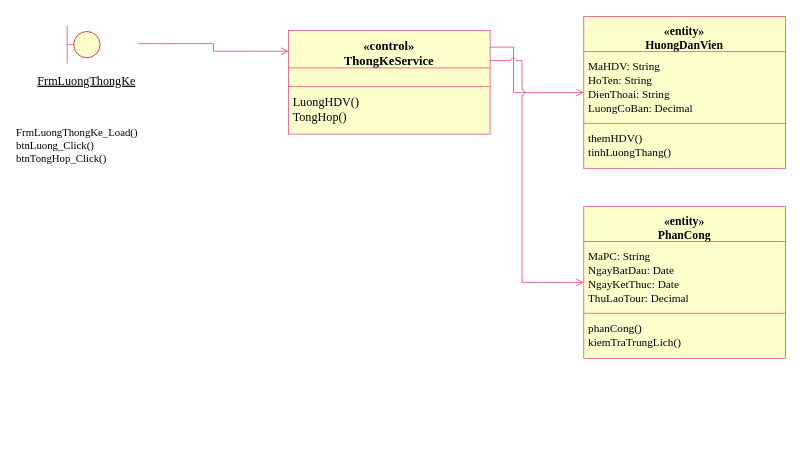
Before: IMAGES/LAB5/16_ChucNangLuongThongKe.drawio in kanishere55/LAB_AT_OOSD, a draw.io diagram. Source tidied: cells renumbered, new cells numbered last; positions are measured from the earlier drawing's top-left corner, leaving out a move shared by most shapes. Both pictures are drawn from the tidied source at 100%, with x=0, y=0 at pixel (16, 16).
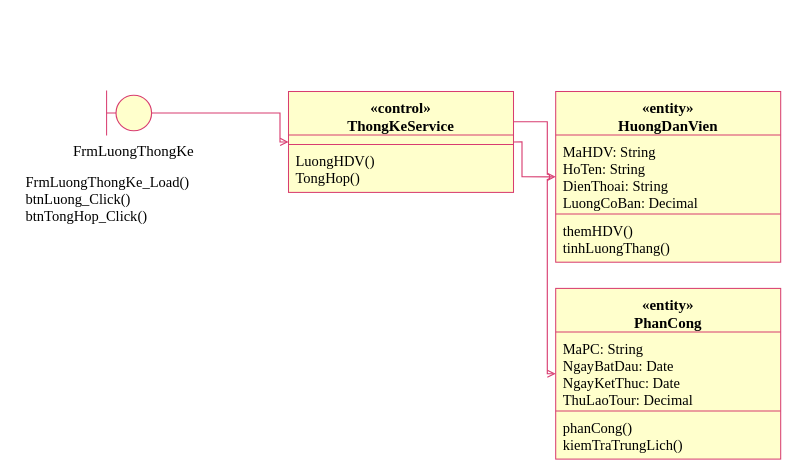
The same diagram, later.

Diff of the diagram source:
```diff
@@
-<mxGraphModel background="#ffffff">
+<mxGraphModel background="#FFFFFF">
@@
+    <mxCell id="15" style="group;" parent="1" vertex="1">
+      <mxGeometry x="539.2" y="75" width="225" height="170.7" as="geometry" />
+    </mxCell>
+    <mxCell id="31" style="fillColor=#FFFFCC;strokeColor=#D83D70;strokeWidth=1.0314;rounded=0;" parent="15" vertex="1">
+      <mxGeometry width="225" height="170.7" as="geometry" />
+    </mxCell>
+    <mxCell id="17" value="«entity»&#10;HuongDanVien" style="text;html=0;strokeColor=none;fillColor=none;fontFamily=Times New Roman;fontSize=15.0024;fontStyle=1;fontColor=#000000;align=center;verticalAlign=top;spacing=0;whiteSpace=nowrap;overflow=visible;" parent="15" vertex="1">
+      <mxGeometry x="60.5" y="2.8" width="104.1" height="39.8" as="geometry" />
+    </mxCell>
+    <mxCell id="32" style="edgeStyle=none;noEdgeStyle=1;rounded=0;strokeColor=#D83D70;strokeWidth=1.0314;endArrow=none;startArrow=none;" parent="15" edge="1">
+      <mxGeometry relative="1" as="geometry">
+        <mxPoint y="43.5" as="sourcePoint" />
+        <mxPoint x="225" y="43.5" as="targetPoint" />
+      </mxGeometry>
+    </mxCell>
+    <mxCell id="19" value="MaHDV: String&#10;HoTen: String&#10;DienThoai: String&#10;LuongCoBan: Decimal" style="text;html=0;strokeColor=none;fillColor=none;fontFamily=Times New Roman;fontSize=14.5335;fontStyle=0;fontColor=#000000;align=left;verticalAlign=top;spacing=0;whiteSpace=nowrap;overflow=visible;" parent="15" vertex="1">
+      <mxGeometry x="7.5" y="47.3" width="139.2" height="73.5" as="geometry" />
+    </mxCell>
+    <mxCell id="33" style="edgeStyle=none;noEdgeStyle=1;rounded=0;strokeColor=#D83D70;strokeWidth=1.0314;endArrow=none;startArrow=none;" parent="15" edge="1">
+      <mxGeometry relative="1" as="geometry">
+        <mxPoint y="122.6" as="sourcePoint" />
+        <mxPoint x="225" y="122.6" as="targetPoint" />
+      </mxGeometry>
+    </mxCell>
+    <mxCell id="21" value="themHDV()&#10;tinhLuongThang()" style="text;html=0;strokeColor=none;fillColor=none;fontFamily=Times New Roman;fontSize=14.5335;fontStyle=0;fontColor=#000000;align=left;verticalAlign=top;spacing=0;whiteSpace=nowrap;overflow=visible;" parent="15" vertex="1">
+      <mxGeometry x="7.5" y="126.4" width="111.3" height="38.6" as="geometry" />
+    </mxCell>
+    <mxCell id="23" style="group;" parent="1" vertex="1">
+      <mxGeometry x="539.2" y="271.9" width="225" height="170.7" as="geometry" />
+    </mxCell>
+    <mxCell id="34" style="fillColor=#FFFFCC;strokeColor=#D83D70;strokeWidth=1.0314;rounded=0;" parent="23" vertex="1">
+      <mxGeometry width="225" height="170.7" as="geometry" />
+    </mxCell>
+    <mxCell id="25" value="«entity»&#10;PhanCong" style="text;html=0;strokeColor=none;fillColor=none;fontFamily=Times New Roman;fontSize=15.0024;fontStyle=1;fontColor=#000000;align=center;verticalAlign=top;spacing=0;whiteSpace=nowrap;overflow=visible;" parent="23" vertex="1">
+      <mxGeometry x="76.8" y="2.8" width="71.5" height="39.8" as="geometry" />
+    </mxCell>
+    <mxCell id="35" style="edgeStyle=none;noEdgeStyle=1;rounded=0;strokeColor=#D83D70;strokeWidth=1.0314;endArrow=none;startArrow=none;" parent="23" edge="1">
+      <mxGeometry relative="1" as="geometry">
+        <mxPoint y="43.5" as="sourcePoint" />
+        <mxPoint x="225" y="43.5" as="targetPoint" />
+      </mxGeometry>
+    </mxCell>
+    <mxCell id="27" value="MaPC: String&#10;NgayBatDau: Date&#10;NgayKetThuc: Date&#10;ThuLaoTour: Decimal" style="text;html=0;strokeColor=none;fillColor=none;fontFamily=Times New Roman;fontSize=14.5335;fontStyle=0;fontColor=#000000;align=left;verticalAlign=top;spacing=0;whiteSpace=nowrap;overflow=visible;" parent="23" vertex="1">
+      <mxGeometry x="7.5" y="47.3" width="135.5" height="73.5" as="geometry" />
+    </mxCell>
+    <mxCell id="36" style="edgeStyle=none;noEdgeStyle=1;rounded=0;strokeColor=#D83D70;strokeWidth=1.0314;endArrow=none;startArrow=none;" parent="23" edge="1">
+      <mxGeometry relative="1" as="geometry">
+        <mxPoint y="122.6" as="sourcePoint" />
+        <mxPoint x="225" y="122.6" as="targetPoint" />
+      </mxGeometry>
+    </mxCell>
+    <mxCell id="29" value="phanCong()&#10;kiemTraTrungLich()" style="text;html=0;strokeColor=none;fillColor=none;fontFamily=Times New Roman;fontSize=14.5335;fontStyle=0;fontColor=#000000;align=left;verticalAlign=top;spacing=0;whiteSpace=nowrap;overflow=visible;" parent="23" vertex="1">
+      <mxGeometry x="7.5" y="126.4" width="125.4" height="38.6" as="geometry" />
+    </mxCell>
+    <mxCell id="8" style="group;" parent="1" vertex="1">
+      <mxGeometry x="272" y="75" width="225" height="100.9" as="geometry" />
+    </mxCell>
+    <mxCell id="37" style="fillColor=#FFFFCC;strokeColor=#D83D70;strokeWidth=1.0314;rounded=0;" parent="8" vertex="1">
+      <mxGeometry width="225" height="100.9" as="geometry" />
+    </mxCell>
+    <mxCell id="10" value="«control»&#10;ThongKeService" style="text;html=0;strokeColor=none;fillColor=none;fontFamily=Times New Roman;fontSize=15.0024;fontStyle=1;fontColor=#000000;align=center;verticalAlign=top;spacing=0;whiteSpace=nowrap;overflow=visible;" parent="8" vertex="1">
+      <mxGeometry x="57.3" y="2.8" width="110.4" height="39.8" as="geometry" />
+    </mxCell>
+    <mxCell id="38" style="edgeStyle=none;noEdgeStyle=1;rounded=0;strokeColor=#D83D70;strokeWidth=1.0314;endArrow=none;startArrow=none;" parent="8" edge="1">
+      <mxGeometry relative="1" as="geometry">
+        <mxPoint y="43.5" as="sourcePoint" />
+        <mxPoint x="225" y="43.5" as="targetPoint" />
+      </mxGeometry>
+    </mxCell>
+    <mxCell id="39" style="edgeStyle=none;noEdgeStyle=1;rounded=0;strokeColor=#D83D70;strokeWidth=1.0314;endArrow=none;startArrow=none;" parent="8" edge="1">
+      <mxGeometry relative="1" as="geometry">
+        <mxPoint y="52.9" as="sourcePoint" />
+        <mxPoint x="225" y="52.9" as="targetPoint" />
+      </mxGeometry>
+    </mxCell>
+    <mxCell id="13" value="LuongHDV()&#10;TongHop()" style="text;html=0;strokeColor=none;fillColor=none;fontFamily=Times New Roman;fontSize=14.5335;fontStyle=0;fontColor=#000000;align=left;verticalAlign=top;spacing=0;whiteSpace=nowrap;overflow=visible;" parent="8" vertex="1">
+      <mxGeometry x="7.5" y="56.6" width="83.2" height="38.6" as="geometry" />
+    </mxCell>
-    <mxCell id="2" style="group;html=0;" parent="1" vertex="1">
-      <mxGeometry x="18.8" y="13.1" width="103.1" height="70.3" as="geometry" />
+    <mxCell id="2" style="group;" parent="1" vertex="1">
+      <mxGeometry x="99.5" y="78.7" width="35.6" height="35.6" as="geometry" />
     </mxCell>
-    <mxCell id="3" style="shape=ellipse;fillColor=#ffffcc;strokeColor=#d83d70;" parent="2" vertex="1">
-      <mxGeometry x="38.4" y="1.9" width="26.3" height="26.3" as="geometry" />
-    </mxCell>
-    <mxCell id="4" style="edgeStyle=none;noEdgeStyle=1;rounded=0;strokeColor=#d83d70;strokeWidth=0.703;endArrow=none;startArrow=none;" parent="2" edge="1">
-      <mxGeometry relative="1" as="geometry">
-        <mxPoint x="31.9" y="-3.8" as="sourcePoint" />
-        <mxPoint x="31.9" y="33.8" as="targetPoint" />
-      </mxGeometry>
-    </mxCell>
-    <mxCell id="5" style="edgeStyle=none;noEdgeStyle=1;rounded=0;strokeColor=#d83d70;strokeWidth=0.703;endArrow=none;startArrow=none;" parent="2" edge="1">
-      <mxGeometry relative="1" as="geometry">
-        <mxPoint x="31.9" y="15" as="sourcePoint" />
-        <mxPoint x="38.4" y="15" as="targetPoint" />
-      </mxGeometry>
-    </mxCell>
+    <mxCell id="40" style="ellipse;fillColor=#FFFFCC;strokeColor=#D83D70;strokeWidth=1.1252;" parent="2" vertex="1">
+      <mxGeometry width="35.6" height="35.6" as="geometry" />
+    </mxCell>
+    <mxCell id="41" style="edgeStyle=none;noEdgeStyle=1;rounded=0;strokeColor=#D83D70;strokeWidth=1.0314;endArrow=none;startArrow=none;" parent="2" edge="1">
+      <mxGeometry relative="1" as="geometry">
+        <mxPoint x="-9.4" y="-4.7" as="sourcePoint" />
+        <mxPoint x="-9.4" y="40.3" as="targetPoint" />
+      </mxGeometry>
+    </mxCell>
+    <mxCell id="42" style="edgeStyle=none;noEdgeStyle=1;rounded=0;strokeColor=#D83D70;strokeWidth=1.0314;endArrow=none;startArrow=none;" parent="2" edge="1">
+      <mxGeometry relative="1" as="geometry">
+        <mxPoint x="-9.4" y="17.8" as="sourcePoint" />
+        <mxPoint y="17.8" as="targetPoint" />
+      </mxGeometry>
+    </mxCell>
-    <mxCell id="6" value="FrmLuongThongKe" style="text;html=0;strokeColor=none;fillColor=none;fontFamily=Times New Roman;fontColor=#000000;fontSize=12.189;fontStyle=4;align=center;verticalAlign=top;spacing=0;whiteSpace=nowrap;overflow=visible;" parent="2" vertex="1">
-      <mxGeometry x="1" y="39.4" width="101.1" height="16.7" as="geometry" />
+    <mxCell id="6" value="FrmLuongThongKe" style="text;html=0;strokeColor=none;fillColor=none;fontFamily=Times New Roman;fontSize=15.0024;fontStyle=0;fontColor=#000000;align=center;verticalAlign=top;spacing=0;whiteSpace=nowrap;overflow=visible;" parent="2" vertex="1">
+      <mxGeometry x="-44.4" y="42.2" width="124.5" height="21.8" as="geometry" />
     </mxCell>
-    <mxCell id="7" value="FrmLuongThongKe_Load()&#10;btnLuong_Click()&#10;btnTongHop_Click()" style="text;html=0;strokeColor=none;fillColor=none;fontFamily=Times New Roman;fontColor=#000000;fontSize=10.783;fontStyle=0;align=left;verticalAlign=top;spacing=0;whiteSpace=nowrap;overflow=visible;" parent="1" vertex="1">
-      <mxGeometry x="0.1" y="105.4" width="124.5" height="40.5" as="geometry" />
+    <mxCell id="7" value="FrmLuongThongKe_Load()&#10;btnLuong_Click()&#10;btnTongHop_Click()" style="text;html=0;strokeColor=none;fillColor=none;fontFamily=Times New Roman;fontSize=14.5335;fontStyle=0;fontColor=#000000;align=left;verticalAlign=top;spacing=0;whiteSpace=nowrap;overflow=visible;" parent="2" vertex="1">
+      <mxGeometry x="-90" y="74.1" width="168.1" height="56.1" as="geometry" />
     </mxCell>
-    <mxCell id="8" style="group;html=0;" parent="1" vertex="1">
-      <mxGeometry x="272" y="14" width="201.6" height="103.6" as="geometry" />
-    </mxCell>
-    <mxCell id="9" style="rounded=0;arcSize=12;html=0;fillColor=#ffffcc;strokeColor=#d83d70;strokeWidth=0.703;" parent="8" vertex="1">
-      <mxGeometry width="201.6" height="103.6" as="geometry" />
-    </mxCell>
-    <mxCell id="10" value="«control»&#10;ThongKeService" style="text;html=0;strokeColor=none;fillColor=none;fontFamily=Times New Roman;fontColor=#000000;fontSize=12.658;fontStyle=1;align=center;verticalAlign=top;spacing=0;whiteSpace=nowrap;overflow=visible;" parent="8" vertex="1">
-      <mxGeometry x="54.4" y="3.8" width="92.8" height="32.2" as="geometry" />
-    </mxCell>
-    <mxCell id="11" style="edgeStyle=none;noEdgeStyle=1;rounded=0;strokeColor=#d83d70;strokeWidth=0.703;endArrow=none;startArrow=none;" parent="8" edge="1">
-      <mxGeometry relative="1" as="geometry">
-        <mxPoint y="37.4" as="sourcePoint" />
-        <mxPoint x="201.6" y="37.4" as="targetPoint" />
-      </mxGeometry>
-    </mxCell>
-    <mxCell id="12" style="edgeStyle=none;noEdgeStyle=1;rounded=0;strokeColor=#d83d70;strokeWidth=0.703;endArrow=none;startArrow=none;" parent="8" edge="1">
-      <mxGeometry relative="1" as="geometry">
-        <mxPoint y="56.1" as="sourcePoint" />
-        <mxPoint x="201.6" y="56.1" as="targetPoint" />
-      </mxGeometry>
-    </mxCell>
-    <mxCell id="13" value="LuongHDV()&#10;TongHop()" style="text;html=0;strokeColor=none;fillColor=none;fontFamily=Times New Roman;fontColor=#000000;fontSize=12.189;fontStyle=0;align=left;verticalAlign=top;spacing=0;whiteSpace=nowrap;overflow=visible;" parent="8" vertex="1">
-      <mxGeometry x="4.7" y="59.9" width="69.3" height="31.1" as="geometry" />
-    </mxCell>
-    <mxCell id="14" style="edgeStyle=none;noEdgeStyle=1;rounded=0;jumpStyle=arc;jumpSize=6;strokeColor=#d83d70;strokeWidth=0.750;endArrow=open;endFill=0;startArrow=none;startFill=1;exitX=1.0;exitY=0.2;exitPerimeter=0;entryX=0.0;entryY=0.20000000000000004;entryPerimeter=0;" parent="1" edge="1" source="2" target="8">
+    <mxCell id="14" style="edgeStyle=none;noEdgeStyle=1;rounded=0;jumpStyle=arc;jumpSize=5;strokeColor=#D83D70;strokeWidth=1.1252;endArrow=open;endFill=0;startArrow=none;startFill=1;exitX=1.0;exitY=0.5;exitPerimeter=0;entryX=0.0;entryY=0.5;entryPerimeter=0;" parent="1" edge="1" source="2" target="8">
       <mxGeometry relative="1" as="geometry">
         <Array as="points">
-          <mxPoint x="197" y="27.1" />
-          <mxPoint x="197" y="34.7" />
+          <mxPoint x="263.5" y="96.5" />
+          <mxPoint x="263.5" y="125.4" />
         </Array>
       </mxGeometry>
     </mxCell>
-    <mxCell id="15" style="group;html=0;" parent="1" vertex="1">
-      <mxGeometry x="567.3" y="-0.1" width="201.6" height="152.3" as="geometry" />
-    </mxCell>
-    <mxCell id="16" style="rounded=0;arcSize=12;html=0;fillColor=#ffffcc;strokeColor=#d83d70;strokeWidth=0.703;" parent="15" vertex="1">
-      <mxGeometry width="201.6" height="152.3" as="geometry" />
-    </mxCell>
-    <mxCell id="17" value="«entity»&#10;HuongDanVien" style="text;html=0;strokeColor=none;fillColor=none;fontFamily=Times New Roman;fontColor=#000000;fontSize=11.721;fontStyle=1;align=center;verticalAlign=top;spacing=0;whiteSpace=nowrap;overflow=visible;" parent="15" vertex="1">
-      <mxGeometry x="60.2" y="3.8" width="81.1" height="30" as="geometry" />
-    </mxCell>
-    <mxCell id="18" style="edgeStyle=none;noEdgeStyle=1;rounded=0;strokeColor=#d83d70;strokeWidth=0.703;endArrow=none;startArrow=none;" parent="15" edge="1">
-      <mxGeometry relative="1" as="geometry">
-        <mxPoint y="35.2" as="sourcePoint" />
-        <mxPoint x="201.6" y="35.2" as="targetPoint" />
-      </mxGeometry>
-    </mxCell>
-    <mxCell id="19" value="MaHDV: String&#10;HoTen: String&#10;DienThoai: String&#10;LuongCoBan: Decimal" style="text;html=0;strokeColor=none;fillColor=none;fontFamily=Times New Roman;fontColor=#000000;fontSize=11.252;fontStyle=0;align=left;verticalAlign=top;spacing=0;whiteSpace=nowrap;overflow=visible;" parent="15" vertex="1">
-      <mxGeometry x="4.7" y="38.9" width="107.8" height="55.5" as="geometry" />
-    </mxCell>
-    <mxCell id="20" style="edgeStyle=none;noEdgeStyle=1;rounded=0;strokeColor=#d83d70;strokeWidth=0.703;endArrow=none;startArrow=none;" parent="15" edge="1">
-      <mxGeometry relative="1" as="geometry">
-        <mxPoint y="107" as="sourcePoint" />
-        <mxPoint x="201.6" y="107" as="targetPoint" />
-      </mxGeometry>
-    </mxCell>
-    <mxCell id="21" value="themHDV()&#10;tinhLuongThang()" style="text;html=0;strokeColor=none;fillColor=none;fontFamily=Times New Roman;fontColor=#000000;fontSize=11.252;fontStyle=0;align=left;verticalAlign=top;spacing=0;whiteSpace=nowrap;overflow=visible;" parent="15" vertex="1">
-      <mxGeometry x="4.7" y="110.8" width="86.1" height="28.9" as="geometry" />
-    </mxCell>
-    <mxCell id="22" style="edgeStyle=none;noEdgeStyle=1;rounded=0;jumpStyle=arc;jumpSize=6;strokeColor=#d83d70;strokeWidth=0.750;endArrow=open;endFill=0;startArrow=none;startFill=1;exitX=1.0;exitY=0.16;exitPerimeter=0;entryX=0.0;entryY=0.5;entryPerimeter=0;" parent="1" edge="1" source="8" target="15">
+    <mxCell id="22" style="edgeStyle=none;noEdgeStyle=1;rounded=0;jumpStyle=arc;jumpSize=5;strokeColor=#D83D70;strokeWidth=1.1252;endArrow=open;endFill=0;startArrow=none;startFill=1;exitX=1.0;exitY=0.5;exitPerimeter=0;entryX=0.0;entryY=0.5;entryPerimeter=0;" parent="1" edge="1" source="8" target="15">
       <mxGeometry relative="1" as="geometry">
         <Array as="points">
-          <mxPoint x="497" y="30.6" />
-          <mxPoint x="497" y="76.1" />
+          <mxPoint x="505.5" y="125.4" />
+          <mxPoint x="505.5" y="160.3" />
         </Array>
       </mxGeometry>
     </mxCell>
-    <mxCell id="23" style="group;html=0;" parent="1" vertex="1">
-      <mxGeometry x="567.3" y="189.8" width="201.6" height="152.3" as="geometry" />
-    </mxCell>
-    <mxCell id="24" style="rounded=0;arcSize=12;html=0;fillColor=#ffffcc;strokeColor=#d83d70;strokeWidth=0.703;" parent="23" vertex="1">
-      <mxGeometry width="201.6" height="152.3" as="geometry" />
-    </mxCell>
-    <mxCell id="25" value="«entity»&#10;PhanCong" style="text;html=0;strokeColor=none;fillColor=none;fontFamily=Times New Roman;fontColor=#000000;fontSize=11.721;fontStyle=1;align=center;verticalAlign=top;spacing=0;whiteSpace=nowrap;overflow=visible;" parent="23" vertex="1">
-      <mxGeometry x="73" y="3.8" width="55.7" height="30" as="geometry" />
-    </mxCell>
-    <mxCell id="26" style="edgeStyle=none;noEdgeStyle=1;rounded=0;strokeColor=#d83d70;strokeWidth=0.703;endArrow=none;startArrow=none;" parent="23" edge="1">
-      <mxGeometry relative="1" as="geometry">
-        <mxPoint y="35.2" as="sourcePoint" />
-        <mxPoint x="201.6" y="35.2" as="targetPoint" />
-      </mxGeometry>
-    </mxCell>
-    <mxCell id="27" value="MaPC: String&#10;NgayBatDau: Date&#10;NgayKetThuc: Date&#10;ThuLaoTour: Decimal" style="text;html=0;strokeColor=none;fillColor=none;fontFamily=Times New Roman;fontColor=#000000;fontSize=11.252;fontStyle=0;align=left;verticalAlign=top;spacing=0;whiteSpace=nowrap;overflow=visible;" parent="23" vertex="1">
-      <mxGeometry x="4.7" y="38.9" width="104.8" height="55.5" as="geometry" />
-    </mxCell>
-    <mxCell id="28" style="edgeStyle=none;noEdgeStyle=1;rounded=0;strokeColor=#d83d70;strokeWidth=0.703;endArrow=none;startArrow=none;" parent="23" edge="1">
-      <mxGeometry relative="1" as="geometry">
-        <mxPoint y="107" as="sourcePoint" />
-        <mxPoint x="201.6" y="107" as="targetPoint" />
-      </mxGeometry>
-    </mxCell>
-    <mxCell id="29" value="phanCong()&#10;kiemTraTrungLich()" style="text;html=0;strokeColor=none;fillColor=none;fontFamily=Times New Roman;fontColor=#000000;fontSize=11.252;fontStyle=0;align=left;verticalAlign=top;spacing=0;whiteSpace=nowrap;overflow=visible;" parent="23" vertex="1">
-      <mxGeometry x="4.7" y="110.8" width="96.9" height="28.9" as="geometry" />
-    </mxCell>
-    <mxCell id="30" style="edgeStyle=none;noEdgeStyle=1;rounded=0;jumpStyle=arc;jumpSize=6;strokeColor=#d83d70;strokeWidth=0.750;endArrow=open;endFill=0;startArrow=none;startFill=1;exitX=1.0;exitY=0.29000000000000004;exitPerimeter=0;entryX=0.0;entryY=0.4999999999999999;entryPerimeter=0;" parent="1" edge="1" source="8" target="23">
+    <mxCell id="30" style="edgeStyle=none;noEdgeStyle=1;rounded=0;jumpStyle=arc;jumpSize=5;strokeColor=#D83D70;strokeWidth=1.1252;endArrow=open;endFill=0;startArrow=none;startFill=1;exitX=1.0;exitY=0.29999999999999993;exitPerimeter=0;entryX=0.0;entryY=0.5;entryPerimeter=0;" parent="1" edge="1" source="8" target="23">
       <mxGeometry relative="1" as="geometry">
         <Array as="points">
-          <mxPoint x="505.5" y="44.1" />
-          <mxPoint x="505.5" y="265.9" />
+          <mxPoint x="530.8" y="105.2" />
+          <mxPoint x="530.8" y="357.2" />
         </Array>
       </mxGeometry>
     </mxCell>
```
